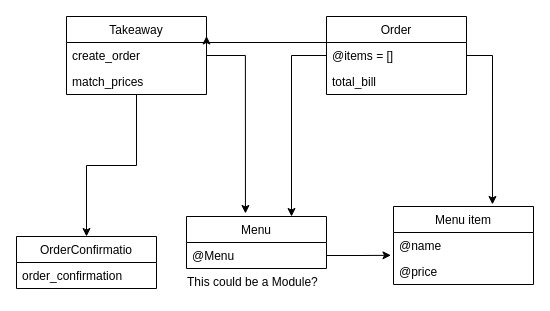
Earlier version of the draw.io diagram dm.drawio (makersacademy/takeaway-challenge). Source tidied: cells renumbered, new cells numbered last; positions are measured from the earlier drawing's top-left corner, leaving out a move shared by most shapes. Both pictures are drawn from the tidied source at 100%, with x=0, y=0 at pixel (16, 16).
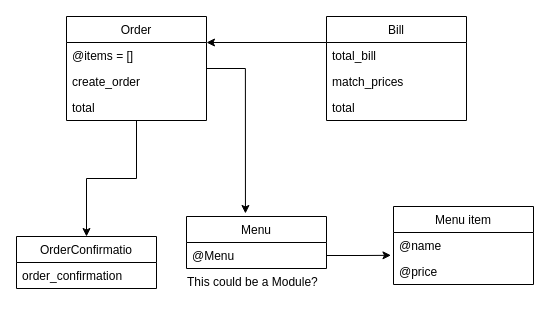
After the change.

The change refers to these unchanged cells:
```xml
<mxCell id="7" value="Menu" style="swimlane;fontStyle=0;horizontal=1;startSize=26;" parent="1" vertex="1">
  <mxGeometry x="170" y="200" width="140" height="52" as="geometry" />
</mxCell>
<mxCell id="14" value="Menu item" style="swimlane;fontStyle=0;horizontal=1;startSize=26;" parent="1" vertex="1">
  <mxGeometry x="377" y="190" width="140" height="78" as="geometry" />
</mxCell>
```

The edit, as a diff of the source:
```diff
@@
-    <mxCell id="4" value="Takeaway" style="swimlane;fontStyle=0;horizontal=1;startSize=26;" parent="1" vertex="1">
-      <mxGeometry x="50" width="140" height="78" as="geometry" />
+    <mxCell id="4" value="Order" style="swimlane;fontStyle=0;horizontal=1;startSize=26;" parent="1" vertex="1">
+      <mxGeometry x="50" width="140" height="104" as="geometry" />
     </mxCell>
+    <mxCell id="11" value="@items = []" style="text;strokeColor=none;fillColor=none;align=left;verticalAlign=top;spacingLeft=4;spacingRight=4;overflow=hidden;points=[[0,0.5],[1,0.5]];portConstraint=eastwest;" parent="4" vertex="1">
+      <mxGeometry y="26" width="140" height="26" as="geometry" />
+    </mxCell>
     <mxCell id="5" value="create_order" style="text;strokeColor=none;fillColor=none;align=left;verticalAlign=top;spacingLeft=4;spacingRight=4;overflow=hidden;" parent="4" vertex="1">
-      <mxGeometry y="26" width="140" height="26" as="geometry" />
+      <mxGeometry y="52" width="140" height="26" as="geometry" />
     </mxCell>
-    <mxCell id="6" value="match_prices" style="text;strokeColor=none;fillColor=none;align=left;verticalAlign=top;spacingLeft=4;spacingRight=4;overflow=hidden;" parent="4" vertex="1">
-      <mxGeometry y="52" width="140" height="26" as="geometry" />
-    </mxCell>
+    <mxCell id="22" value="total" style="text;strokeColor=none;fillColor=none;align=left;verticalAlign=top;spacingLeft=4;spacingRight=4;overflow=hidden;" parent="4" vertex="1">
+      <mxGeometry y="78" width="140" height="26" as="geometry" />
+    </mxCell>
@@
-    <mxCell id="10" value="Order" style="swimlane;fontStyle=0;horizontal=1;startSize=26;" parent="1" vertex="1">
-      <mxGeometry x="310" width="140" height="78" as="geometry" />
+    <mxCell id="10" value="Bill" style="swimlane;fontStyle=0;horizontal=1;startSize=26;" parent="1" vertex="1">
+      <mxGeometry x="310" width="140" height="104" as="geometry" />
     </mxCell>
-    <mxCell id="11" value="@items = []" style="text;strokeColor=none;fillColor=none;align=left;verticalAlign=top;spacingLeft=4;spacingRight=4;overflow=hidden;points=[[0,0.5],[1,0.5]];portConstraint=eastwest;" parent="10" vertex="1">
-      <mxGeometry y="26" width="140" height="26" as="geometry" />
-    </mxCell>
     <mxCell id="12" value="total_bill" style="text;strokeColor=none;fillColor=none;align=left;verticalAlign=top;spacingLeft=4;spacingRight=4;overflow=hidden;" parent="10" vertex="1">
-      <mxGeometry y="52" width="140" height="26" as="geometry" />
+      <mxGeometry y="26" width="140" height="26" as="geometry" />
     </mxCell>
+    <mxCell id="6" value="match_prices" style="text;strokeColor=none;fillColor=none;align=left;verticalAlign=top;spacingLeft=4;spacingRight=4;overflow=hidden;" parent="10" vertex="1">
+      <mxGeometry y="52" width="140" height="26" as="geometry" />
+    </mxCell>
+    <mxCell id="23" value="total" style="text;strokeColor=none;fillColor=none;align=left;verticalAlign=top;spacingLeft=4;spacingRight=4;overflow=hidden;" parent="10" vertex="1">
+      <mxGeometry y="78" width="140" height="26" as="geometry" />
+    </mxCell>
@@
-    <mxCell id="17" style="edgeStyle=orthogonalEdgeStyle;rounded=0;jettySize=auto;html=1;entryX=0.707;entryY=-0.026;entryDx=0;entryDy=0;entryPerimeter=0;" parent="1" edge="1" source="11" target="14">
-      <mxGeometry relative="1" as="geometry" />
-    </mxCell>
@@
-    <mxCell id="19" style="edgeStyle=orthogonalEdgeStyle;rounded=0;jettySize=auto;html=1;entryX=0.75;entryY=0;entryDx=0;entryDy=0;" parent="1" edge="1" source="11" target="7">
-      <mxGeometry relative="1" as="geometry" />
-    </mxCell>
```
